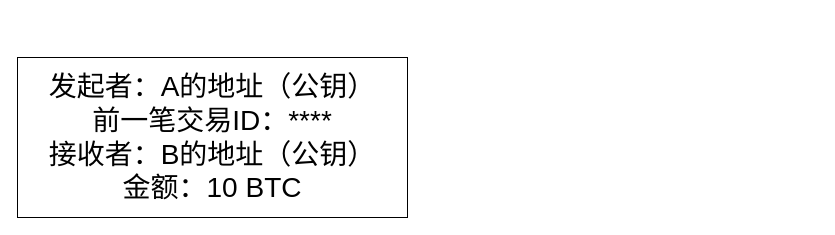
Earlier version of the draw.io diagram zhaunzhang.drawio (s1874217870/starup). Source tidied: cells renumbered, new cells numbered last; positions are measured from the earlier drawing's top-left corner, leaving out a move shared by most shapes. Both pictures are drawn from the tidied source at 100%, with x=0, y=0 at pixel (17, 57).
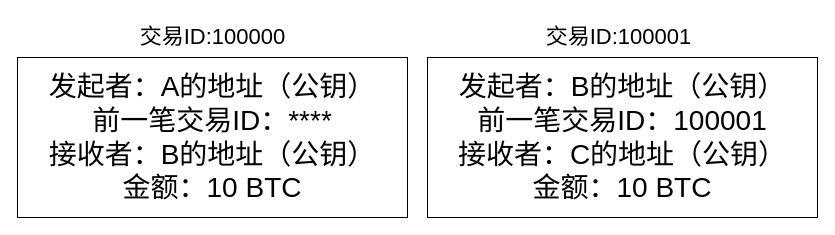
The same page after the edit.

The edit, as a diff of the source:
```diff
@@
 <mxGraphModel>
   <root>
     <mxCell id="0" />
     <mxCell id="1" parent="0" />
     <mxCell id="2" value="&lt;font style=&quot;font-size: 28px&quot;&gt;发起者：A的地址（公钥）&lt;br&gt;前一笔交易ID：****&lt;br&gt;接收者：B的地址（公钥）&lt;br&gt;金额：10 BTC&lt;br&gt;&lt;/font&gt;" style="rounded=0;whiteSpace=wrap;html=1;" parent="1" vertex="1">
       <mxGeometry width="390" height="160" as="geometry" />
     </mxCell>
+    <mxCell id="3" value="&lt;font style=&quot;font-size: 22px&quot;&gt;交易ID:100000&lt;/font&gt;" style="text;html=1;strokeColor=none;fillColor=none;align=center;verticalAlign=middle;whiteSpace=wrap;rounded=0;" parent="1" vertex="1">
+      <mxGeometry x="73.8" y="-40" width="242.5" height="40" as="geometry" />
+    </mxCell>
+    <mxCell id="4" value="&lt;font style=&quot;font-size: 28px&quot;&gt;发起者：B的地址（公钥）&lt;br&gt;前一笔交易ID：100001&lt;br&gt;接收者：C的地址（公钥）&lt;br&gt;金额：10 BTC&lt;br&gt;&lt;/font&gt;" style="rounded=0;whiteSpace=wrap;html=1;" parent="1" vertex="1">
+      <mxGeometry x="410" width="390" height="160" as="geometry" />
+    </mxCell>
+    <mxCell id="5" value="&lt;font style=&quot;font-size: 22px&quot;&gt;交易ID:100001&lt;/font&gt;" style="text;html=1;strokeColor=none;fillColor=none;align=center;verticalAlign=middle;whiteSpace=wrap;rounded=0;" parent="1" vertex="1">
+      <mxGeometry x="480" y="-40" width="242.5" height="40" as="geometry" />
+    </mxCell>
   </root>
 </mxGraphModel>
```
